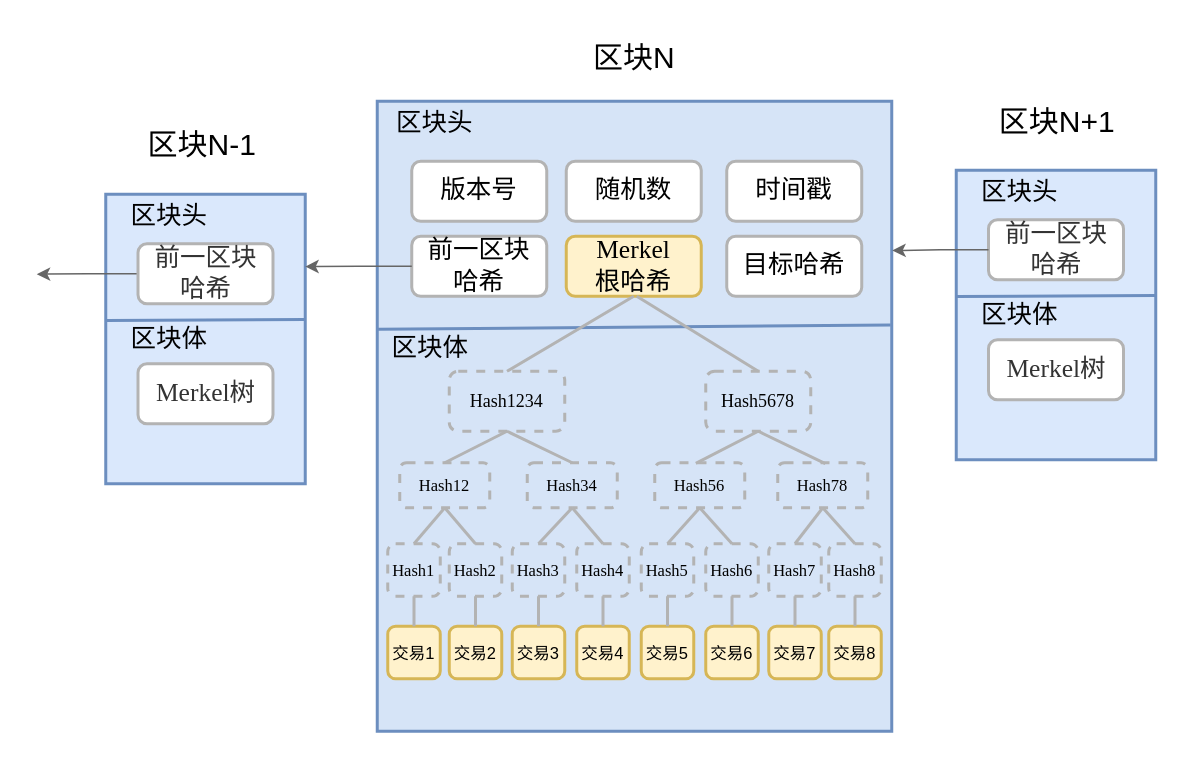
Above: 区块结构.drawio in Mr-doublehappines/httpServer (draw.io), before the change. Source tidied: cells renumbered, new cells numbered last; positions are measured from the earlier drawing's top-left corner, leaving out a move shared by most shapes. Both pictures are drawn from the tidied source at 150%, with x=0, y=0 at pixel (36, 26).
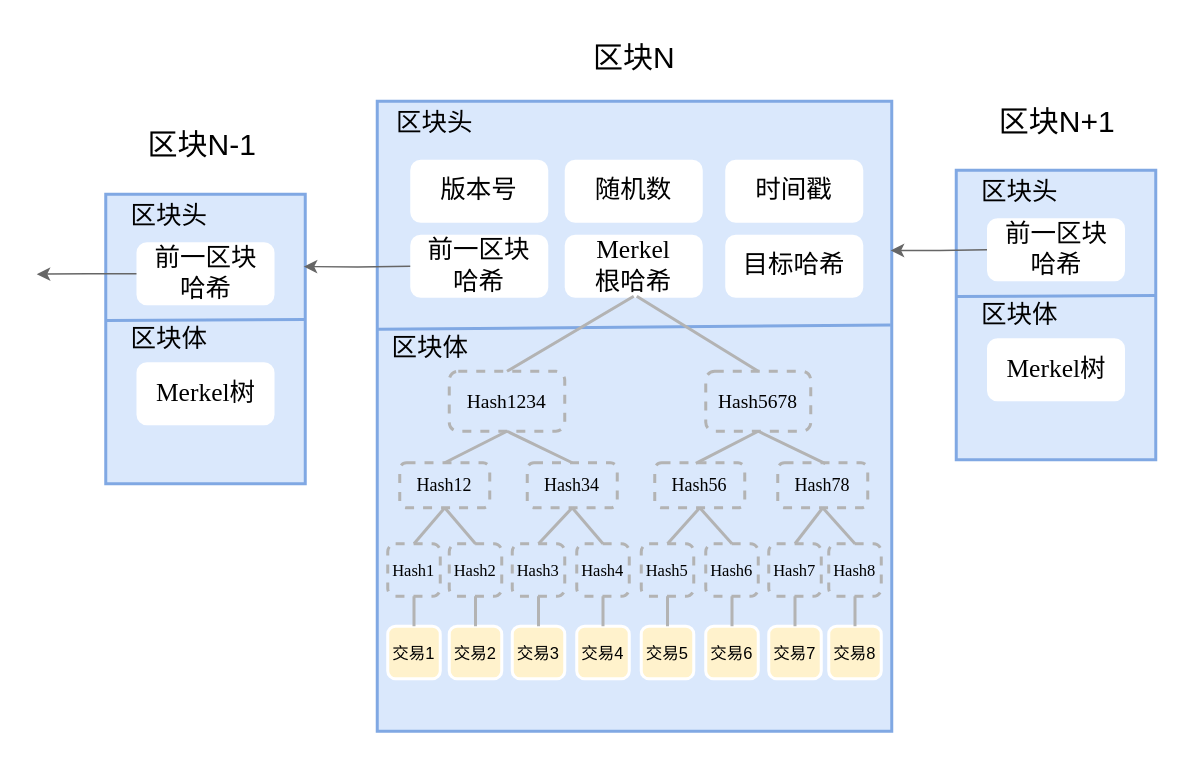
The same diagram, later.

Commit message:
更新区块结构.drawio

The change refers to these unchanged cells:
```xml
<mxCell id="11" value="&lt;font style=&quot;font-size: 17px;&quot;&gt;区块体&lt;/font&gt;" style="text;html=1;align=center;verticalAlign=middle;points=[];strokeColor=none;fillColor=none;fontFamily=宋体;fontSize=12;fontColor=default;labelBackgroundColor=none;" parent="1" vertex="1">
  <mxGeometry x="227" y="200" width="70" height="30" as="geometry" />
</mxCell>
```

The edit, as a diff of the source:
```diff
@@
-    <mxCell id="2" style="rounded=0;whiteSpace=wrap;html=1;labelBackgroundColor=none;fontSize=17;fontFamily=宋体;fillColor=#D6E4F7;strokeColor=#6c8ebf;strokeWidth=2;" parent="1" vertex="1">
+    <mxCell id="2" style="rounded=0;whiteSpace=wrap;html=1;labelBackgroundColor=none;fontSize=17;fontFamily=宋体;fillColor=#dae8fc;strokeColor=#80A8E3;strokeWidth=2;" parent="1" vertex="1">
       <mxGeometry x="227" y="50" width="343" height="420" as="geometry" />
     </mxCell>
-    <mxCell id="3" value="&lt;font style=&quot;font-size: 17px;&quot;&gt;版本号&lt;/font&gt;" style="rounded=1;whiteSpace=wrap;html=1;labelBackgroundColor=none;fontSize=17;strokeWidth=2;strokeColor=#B3B3B3;fontFamily=宋体;align=center;verticalAlign=middle;fontColor=default;fillColor=default;" parent="1" vertex="1">
+    <mxCell id="3" value="&lt;font style=&quot;font-size: 17px;&quot;&gt;版本号&lt;/font&gt;" style="rounded=1;whiteSpace=wrap;html=1;labelBackgroundColor=none;fontSize=17;strokeWidth=2;strokeColor=#FFFFFF;fontFamily=宋体;align=center;verticalAlign=middle;fontColor=default;fillColor=default;" parent="1" vertex="1">
       <mxGeometry x="250" y="90" width="90" height="40" as="geometry" />
     </mxCell>
-    <mxCell id="4" value="&lt;font style=&quot;font-size: 17px;&quot;&gt;随机数&lt;/font&gt;" style="rounded=1;whiteSpace=wrap;html=1;labelBackgroundColor=none;fontSize=17;strokeColor=#B3B3B3;fontFamily=宋体;strokeWidth=2;align=center;verticalAlign=middle;fontColor=default;fillColor=default;" parent="1" vertex="1">
+    <mxCell id="4" value="&lt;font style=&quot;font-size: 17px;&quot;&gt;随机数&lt;/font&gt;" style="rounded=1;whiteSpace=wrap;html=1;labelBackgroundColor=none;fontSize=17;strokeColor=#FFFFFF;fontFamily=宋体;strokeWidth=2;align=center;verticalAlign=middle;fontColor=default;fillColor=default;" parent="1" vertex="1">
       <mxGeometry x="353" y="90" width="90" height="40" as="geometry" />
     </mxCell>
-    <mxCell id="5" value="&lt;font style=&quot;font-size: 17px;&quot;&gt;时间戳&lt;/font&gt;" style="rounded=1;whiteSpace=wrap;html=1;labelBackgroundColor=none;fontSize=17;strokeColor=#B3B3B3;fontFamily=宋体;strokeWidth=2;" parent="1" vertex="1">
+    <mxCell id="5" value="&lt;font style=&quot;font-size: 17px;&quot;&gt;时间戳&lt;/font&gt;" style="rounded=1;whiteSpace=wrap;html=1;labelBackgroundColor=none;fontSize=17;strokeColor=#FFFFFF;fontFamily=宋体;strokeWidth=2;" parent="1" vertex="1">
       <mxGeometry x="460" y="90" width="90" height="40" as="geometry" />
     </mxCell>
-    <mxCell id="6" value="&lt;span style=&quot;font-size: 17px;&quot;&gt;前一区块&lt;/span&gt;&lt;div&gt;&lt;span style=&quot;font-size: 17px;&quot;&gt;哈希&lt;/span&gt;&lt;/div&gt;" style="rounded=1;whiteSpace=wrap;html=1;labelBackgroundColor=none;fontSize=17;fontFamily=宋体;strokeWidth=2;align=center;verticalAlign=middle;strokeColor=#B3B3B3;fontColor=default;fillColor=default;" parent="1" vertex="1">
+    <mxCell id="6" value="&lt;span style=&quot;font-size: 17px;&quot;&gt;前一区块&lt;/span&gt;&lt;div&gt;&lt;span style=&quot;font-size: 17px;&quot;&gt;哈希&lt;/span&gt;&lt;/div&gt;" style="rounded=1;whiteSpace=wrap;html=1;labelBackgroundColor=none;fontSize=17;fontFamily=宋体;strokeWidth=2;align=center;verticalAlign=middle;strokeColor=#FFFFFF;fontColor=default;fillColor=default;" parent="1" vertex="1">
       <mxGeometry x="250" y="140" width="90" height="40" as="geometry" />
     </mxCell>
-    <mxCell id="7" value="&lt;font face=&quot;Times New Roman&quot; style=&quot;font-size: 17px;&quot;&gt;Merkel&lt;/font&gt;&lt;div&gt;&lt;font style=&quot;font-size: 17px;&quot;&gt;根哈希&lt;/font&gt;&lt;/div&gt;" style="rounded=1;whiteSpace=wrap;html=1;labelBackgroundColor=none;fontSize=17;strokeColor=#d6b656;fontFamily=宋体;strokeWidth=2;align=center;verticalAlign=middle;fillColor=#fff2cc;" parent="1" vertex="1">
+    <mxCell id="7" value="&lt;font face=&quot;Times New Roman&quot; style=&quot;font-size: 17px;&quot;&gt;Merkel&lt;/font&gt;&lt;div&gt;&lt;font style=&quot;font-size: 17px;&quot;&gt;根哈希&lt;/font&gt;&lt;/div&gt;" style="rounded=1;whiteSpace=wrap;html=1;labelBackgroundColor=none;fontSize=17;strokeColor=#FFFFFF;fontFamily=宋体;strokeWidth=2;align=center;verticalAlign=middle;fillColor=default;fontColor=default;" parent="1" vertex="1">
       <mxGeometry x="353" y="140" width="90" height="40" as="geometry" />
     </mxCell>
-    <mxCell id="8" value="&lt;font style=&quot;font-size: 17px;&quot;&gt;目标哈希&lt;/font&gt;" style="rounded=1;whiteSpace=wrap;html=1;labelBackgroundColor=none;fontSize=17;strokeColor=#B3B3B3;fontFamily=宋体;strokeWidth=2;" parent="1" vertex="1">
+    <mxCell id="8" value="&lt;font style=&quot;font-size: 17px;&quot;&gt;目标哈希&lt;/font&gt;" style="rounded=1;whiteSpace=wrap;html=1;labelBackgroundColor=none;fontSize=17;strokeColor=#FFFFFF;fontFamily=宋体;strokeWidth=2;align=center;verticalAlign=middle;fontColor=default;fillColor=default;" parent="1" vertex="1">
       <mxGeometry x="460" y="140" width="90" height="40" as="geometry" />
     </mxCell>
@@
-    <mxCell id="10" style="endArrow=none;html=1;rounded=0;fontFamily=宋体;fontSize=12;fontColor=default;labelBackgroundColor=none;exitX=0.005;exitY=0.067;exitDx=0;exitDy=0;exitPerimeter=0;entryX=0.998;entryY=0.355;entryDx=0;entryDy=0;entryPerimeter=0;fillColor=#dae8fc;strokeColor=#6c8ebf;strokeWidth=2;" parent="1" edge="1" source="11" target="2">
+    <mxCell id="10" style="endArrow=none;html=1;rounded=0;fontFamily=宋体;fontSize=17;fontColor=default;labelBackgroundColor=none;exitX=0.005;exitY=0.067;exitDx=0;exitDy=0;exitPerimeter=0;entryX=0.998;entryY=0.355;entryDx=0;entryDy=0;entryPerimeter=0;fillColor=#dae8fc;strokeColor=#80A8E3;strokeWidth=2;align=center;verticalAlign=middle;" parent="1" edge="1" source="11" target="2">
       <mxGeometry relative="1" as="geometry" />
     </mxCell>
@@
-    <mxCell id="12" value="Hash1234" style="rounded=1;whiteSpace=wrap;html=1;align=center;verticalAlign=middle;fontFamily=Times New Roman;fontSize=12;fontColor=default;labelBackgroundColor=none;fillColor=none;gradientColor=none;strokeWidth=2;strokeColor=#b3b3b3;dashed=1;" parent="1" vertex="1">
+    <mxCell id="12" value="Hash1234" style="rounded=1;whiteSpace=wrap;html=1;align=center;verticalAlign=middle;fontFamily=Times New Roman;fontSize=13;fontColor=default;labelBackgroundColor=none;fillColor=none;gradientColor=none;strokeWidth=2;strokeColor=#b3b3b3;dashed=1;" parent="1" vertex="1">
       <mxGeometry x="275" y="230" width="77" height="40" as="geometry" />
     </mxCell>
-    <mxCell id="13" value="Hash5678" style="rounded=1;whiteSpace=wrap;html=1;align=center;verticalAlign=middle;fontFamily=Times New Roman;fontSize=12;fontColor=default;labelBackgroundColor=none;fillColor=none;gradientColor=none;strokeWidth=2;strokeColor=#b3b3b3;dashed=1;" parent="1" vertex="1">
+    <mxCell id="13" value="Hash5678" style="rounded=1;whiteSpace=wrap;html=1;align=center;verticalAlign=middle;fontFamily=Times New Roman;fontSize=13;fontColor=default;labelBackgroundColor=none;fillColor=none;gradientColor=none;strokeWidth=2;strokeColor=#b3b3b3;dashed=1;" parent="1" vertex="1">
       <mxGeometry x="446" y="230" width="70" height="40" as="geometry" />
     </mxCell>
@@
-    <mxCell id="16" value="Hash12" style="rounded=1;whiteSpace=wrap;html=1;align=center;verticalAlign=middle;fontFamily=Times New Roman;fontSize=11;fontColor=default;labelBackgroundColor=none;fillColor=none;gradientColor=none;dashed=1;strokeWidth=2;strokeColor=#b3b3b3;" parent="1" vertex="1">
+    <mxCell id="16" value="Hash12" style="rounded=1;whiteSpace=wrap;html=1;align=center;verticalAlign=middle;fontFamily=Times New Roman;fontSize=12;fontColor=default;labelBackgroundColor=none;fillColor=none;gradientColor=none;dashed=1;strokeWidth=2;strokeColor=#b3b3b3;" parent="1" vertex="1">
       <mxGeometry x="242" y="291" width="60" height="30" as="geometry" />
     </mxCell>
-    <mxCell id="17" value="Hash34" style="rounded=1;whiteSpace=wrap;html=1;align=center;verticalAlign=middle;fontFamily=Times New Roman;fontSize=11;fontColor=default;labelBackgroundColor=none;fillColor=none;gradientColor=none;dashed=1;strokeWidth=2;strokeColor=#b3b3b3;" parent="1" vertex="1">
+    <mxCell id="17" value="Hash34" style="rounded=1;whiteSpace=wrap;html=1;align=center;verticalAlign=middle;fontFamily=Times New Roman;fontSize=12;fontColor=default;labelBackgroundColor=none;fillColor=none;gradientColor=none;dashed=1;strokeWidth=2;strokeColor=#b3b3b3;" parent="1" vertex="1">
       <mxGeometry x="327" y="291" width="60" height="30" as="geometry" />
     </mxCell>
-    <mxCell id="18" value="Hash78" style="rounded=1;whiteSpace=wrap;html=1;align=center;verticalAlign=middle;fontFamily=Times New Roman;fontSize=11;fontColor=default;labelBackgroundColor=none;fillColor=none;gradientColor=none;dashed=1;strokeWidth=2;strokeColor=#b3b3b3;" parent="1" vertex="1">
+    <mxCell id="18" value="Hash78" style="rounded=1;whiteSpace=wrap;html=1;align=center;verticalAlign=middle;fontFamily=Times New Roman;fontSize=12;fontColor=default;labelBackgroundColor=none;fillColor=none;gradientColor=none;dashed=1;strokeWidth=2;strokeColor=#b3b3b3;" parent="1" vertex="1">
       <mxGeometry x="494" y="291" width="60" height="30" as="geometry" />
     </mxCell>
-    <mxCell id="19" value="Hash56" style="rounded=1;whiteSpace=wrap;html=1;align=center;verticalAlign=middle;fontFamily=Times New Roman;fontSize=11;fontColor=default;labelBackgroundColor=none;fillColor=none;gradientColor=none;dashed=1;strokeWidth=2;strokeColor=#b3b3b3;" parent="1" vertex="1">
+    <mxCell id="19" value="Hash56" style="rounded=1;whiteSpace=wrap;html=1;align=center;verticalAlign=middle;fontFamily=Times New Roman;fontSize=12;fontColor=default;labelBackgroundColor=none;fillColor=none;gradientColor=none;dashed=1;strokeWidth=2;strokeColor=#b3b3b3;" parent="1" vertex="1">
       <mxGeometry x="412" y="291" width="60" height="30" as="geometry" />
     </mxCell>
@@
-    <mxCell id="28" value="交易1" style="rounded=1;whiteSpace=wrap;html=1;align=center;verticalAlign=middle;fontFamily=宋体;fontSize=11;labelBackgroundColor=none;fillColor=#fff2cc;strokeWidth=2;strokeColor=#d6b656;" parent="1" vertex="1">
+    <mxCell id="28" value="交易1" style="rounded=1;whiteSpace=wrap;html=1;align=center;verticalAlign=middle;fontFamily=宋体;fontSize=11;labelBackgroundColor=none;fillColor=#fff2cc;strokeWidth=2;strokeColor=#FFFFFF;" parent="1" vertex="1">
       <mxGeometry x="234" y="400" width="35" height="35" as="geometry" />
     </mxCell>
-    <mxCell id="29" value="交易2" style="rounded=1;whiteSpace=wrap;html=1;align=center;verticalAlign=middle;fontFamily=宋体;fontSize=11;labelBackgroundColor=none;fillColor=#fff2cc;strokeWidth=2;strokeColor=#d6b656;" parent="1" vertex="1">
+    <mxCell id="29" value="交易2" style="rounded=1;whiteSpace=wrap;html=1;align=center;verticalAlign=middle;fontFamily=宋体;fontSize=11;labelBackgroundColor=none;fillColor=#fff2cc;strokeWidth=2;strokeColor=#FFFFFF;fontColor=default;" parent="1" vertex="1">
       <mxGeometry x="275" y="400" width="35" height="35" as="geometry" />
     </mxCell>
-    <mxCell id="30" value="交易3" style="rounded=1;whiteSpace=wrap;html=1;align=center;verticalAlign=middle;fontFamily=宋体;fontSize=11;labelBackgroundColor=none;fillColor=#fff2cc;strokeWidth=2;strokeColor=#d6b656;" parent="1" vertex="1">
+    <mxCell id="30" value="交易3" style="rounded=1;whiteSpace=wrap;html=1;align=center;verticalAlign=middle;fontFamily=宋体;fontSize=11;labelBackgroundColor=none;fillColor=#fff2cc;strokeWidth=2;strokeColor=#FFFFFF;fontColor=default;" parent="1" vertex="1">
       <mxGeometry x="317" y="400" width="35" height="35" as="geometry" />
     </mxCell>
-    <mxCell id="31" value="交易4" style="rounded=1;whiteSpace=wrap;html=1;align=center;verticalAlign=middle;fontFamily=宋体;fontSize=11;labelBackgroundColor=none;fillColor=#fff2cc;strokeWidth=2;strokeColor=#d6b656;" parent="1" vertex="1">
+    <mxCell id="31" value="交易4" style="rounded=1;whiteSpace=wrap;html=1;align=center;verticalAlign=middle;fontFamily=宋体;fontSize=11;labelBackgroundColor=none;fillColor=#fff2cc;strokeWidth=2;strokeColor=#FFFFFF;fontColor=default;" parent="1" vertex="1">
       <mxGeometry x="360" y="400" width="35" height="35" as="geometry" />
     </mxCell>
-    <mxCell id="32" value="交易5" style="rounded=1;whiteSpace=wrap;html=1;align=center;verticalAlign=middle;fontFamily=宋体;fontSize=11;labelBackgroundColor=none;fillColor=#fff2cc;strokeWidth=2;strokeColor=#d6b656;" parent="1" vertex="1">
+    <mxCell id="32" value="交易5" style="rounded=1;whiteSpace=wrap;html=1;align=center;verticalAlign=middle;fontFamily=宋体;fontSize=11;labelBackgroundColor=none;fillColor=#fff2cc;strokeWidth=2;strokeColor=#FFFFFF;fontColor=default;" parent="1" vertex="1">
       <mxGeometry x="403" y="400" width="35" height="35" as="geometry" />
     </mxCell>
-    <mxCell id="33" value="交易6" style="rounded=1;whiteSpace=wrap;html=1;align=center;verticalAlign=middle;fontFamily=宋体;fontSize=11;labelBackgroundColor=none;fillColor=#fff2cc;strokeWidth=2;strokeColor=#d6b656;" parent="1" vertex="1">
+    <mxCell id="33" value="交易6" style="rounded=1;whiteSpace=wrap;html=1;align=center;verticalAlign=middle;fontFamily=宋体;fontSize=11;labelBackgroundColor=none;fillColor=#fff2cc;strokeWidth=2;strokeColor=#FFFFFF;fontColor=default;" parent="1" vertex="1">
       <mxGeometry x="446" y="400" width="35" height="35" as="geometry" />
     </mxCell>
-    <mxCell id="34" value="交易7" style="rounded=1;whiteSpace=wrap;html=1;align=center;verticalAlign=middle;fontFamily=宋体;fontSize=11;labelBackgroundColor=none;fillColor=#fff2cc;strokeWidth=2;strokeColor=#d6b656;" parent="1" vertex="1">
+    <mxCell id="34" value="交易7" style="rounded=1;whiteSpace=wrap;html=1;align=center;verticalAlign=middle;fontFamily=宋体;fontSize=11;labelBackgroundColor=none;fillColor=#fff2cc;strokeWidth=2;strokeColor=#FFFFFF;fontColor=default;" parent="1" vertex="1">
       <mxGeometry x="488" y="400" width="35" height="35" as="geometry" />
     </mxCell>
-    <mxCell id="35" value="交易8" style="rounded=1;whiteSpace=wrap;html=1;align=center;verticalAlign=middle;fontFamily=宋体;fontSize=11;labelBackgroundColor=none;fillColor=#fff2cc;strokeWidth=2;strokeColor=#d6b656;" parent="1" vertex="1">
+    <mxCell id="35" value="交易8" style="rounded=1;whiteSpace=wrap;html=1;align=center;verticalAlign=middle;fontFamily=宋体;fontSize=11;labelBackgroundColor=none;fillColor=#fff2cc;strokeWidth=2;strokeColor=#FFFFFF;fontColor=default;" parent="1" vertex="1">
       <mxGeometry x="528" y="400" width="35" height="35" as="geometry" />
     </mxCell>
@@
-    <mxCell id="54" style="rounded=0;whiteSpace=wrap;html=1;align=center;verticalAlign=middle;fontFamily=宋体;fontSize=17;labelBackgroundColor=none;fillColor=#dae8fc;strokeColor=#6c8ebf;strokeWidth=2;" parent="1" vertex="1">
+    <mxCell id="54" style="rounded=0;whiteSpace=wrap;html=1;align=center;verticalAlign=middle;fontFamily=宋体;fontSize=17;labelBackgroundColor=none;fillColor=#dae8fc;strokeColor=#80A8E3;strokeWidth=2;fontColor=default;" parent="1" vertex="1">
       <mxGeometry x="613" y="96" width="133" height="193" as="geometry" />
     </mxCell>
@@
-    <mxCell id="56" value="&lt;span style=&quot;font-size: 17px;&quot;&gt;前一区块&lt;/span&gt;&lt;div style=&quot;font-size: 17px;&quot;&gt;&lt;span style=&quot;font-size: 17px;&quot;&gt;哈希&lt;/span&gt;&lt;/div&gt;" style="rounded=1;whiteSpace=wrap;html=1;labelBackgroundColor=none;fontSize=17;strokeColor=#B3B3B3;fontFamily=宋体;strokeWidth=2;fillColor=#FFFFFF;align=center;verticalAlign=middle;fontColor=#333333;" parent="1" vertex="1">
+    <mxCell id="56" value="&lt;span style=&quot;font-size: 17px;&quot;&gt;前一区块&lt;/span&gt;&lt;div style=&quot;font-size: 17px;&quot;&gt;&lt;span style=&quot;font-size: 17px;&quot;&gt;哈希&lt;/span&gt;&lt;/div&gt;" style="rounded=1;whiteSpace=wrap;html=1;labelBackgroundColor=none;fontSize=17;strokeColor=#FFFFFF;fontFamily=宋体;strokeWidth=2;fillColor=default;align=center;verticalAlign=middle;fontColor=default;" parent="1" vertex="1">
       <mxGeometry x="634.5" y="129" width="90" height="40" as="geometry" />
     </mxCell>
-    <mxCell id="57" style="endArrow=none;html=1;rounded=0;fontFamily=宋体;fontSize=17;fontColor=#333333;labelBackgroundColor=none;exitX=0;exitY=0.436;exitDx=0;exitDy=0;exitPerimeter=0;entryX=0.998;entryY=0.433;entryDx=0;entryDy=0;entryPerimeter=0;fillColor=#dae8fc;strokeColor=#6c8ebf;strokeWidth=2;align=center;verticalAlign=middle;" parent="1" edge="1" source="54" target="54">
+    <mxCell id="57" style="endArrow=none;html=1;rounded=0;fontFamily=宋体;fontSize=17;fontColor=default;labelBackgroundColor=none;exitX=0;exitY=0.436;exitDx=0;exitDy=0;exitPerimeter=0;entryX=0.998;entryY=0.433;entryDx=0;entryDy=0;entryPerimeter=0;fillColor=#dae8fc;strokeColor=#80A8E3;strokeWidth=2;align=center;verticalAlign=middle;" parent="1" edge="1" source="54" target="54">
       <mxGeometry relative="1" as="geometry" />
     </mxCell>
@@
-    <mxCell id="59" value="&lt;font style=&quot;font-size: 17px;&quot;&gt;&lt;font face=&quot;Times New Roman&quot;&gt;Merkel&lt;/font&gt;树&lt;/font&gt;" style="rounded=1;whiteSpace=wrap;html=1;labelBackgroundColor=none;fontSize=17;strokeColor=#B3B3B3;fontFamily=宋体;strokeWidth=2;fillColor=#FFFFFF;fontColor=#333333;align=center;verticalAlign=middle;" parent="1" vertex="1">
+    <mxCell id="59" value="&lt;font style=&quot;font-size: 17px;&quot;&gt;&lt;font face=&quot;Times New Roman&quot;&gt;Merkel&lt;/font&gt;树&lt;/font&gt;" style="rounded=1;whiteSpace=wrap;html=1;labelBackgroundColor=none;fontSize=17;strokeColor=#FFFFFF;fontFamily=宋体;strokeWidth=2;fillColor=default;fontColor=default;align=center;verticalAlign=middle;" parent="1" vertex="1">
       <mxGeometry x="634.5" y="209" width="90" height="40" as="geometry" />
     </mxCell>
-    <mxCell id="60" style="edgeStyle=orthogonalEdgeStyle;rounded=0;jettySize=auto;html=1;exitX=0;exitY=0.5;exitDx=0;exitDy=0;fontFamily=宋体;fontSize=12;fontColor=default;labelBackgroundColor=none;entryX=1.001;entryY=0.237;entryDx=0;entryDy=0;entryPerimeter=0;strokeColor=#666666;" parent="1" edge="1" source="56" target="2">
-      <mxGeometry relative="1" as="geometry" />
+    <mxCell id="60" style="edgeStyle=orthogonalEdgeStyle;rounded=0;orthogonalLoop=1;jettySize=auto;html=1;exitX=0;exitY=0.5;exitDx=0;exitDy=0;fontFamily=宋体;fontSize=12;fontColor=default;labelBackgroundColor=none;entryX=1.001;entryY=0.237;entryDx=0;entryDy=0;entryPerimeter=0;strokeColor=#666666;" parent="1" edge="1">
+      <mxGeometry relative="1" as="geometry">
+        <mxPoint x="633.5" y="149" as="sourcePoint" />
+        <mxPoint x="569.3" y="149.5" as="targetPoint" />
+      </mxGeometry>
     </mxCell>
-    <mxCell id="61" style="rounded=0;whiteSpace=wrap;html=1;align=center;verticalAlign=middle;fontFamily=宋体;fontSize=17;labelBackgroundColor=none;fillColor=#dae8fc;strokeColor=#6c8ebf;strokeWidth=2;" parent="1" vertex="1">
+    <mxCell id="61" style="rounded=0;whiteSpace=wrap;html=1;align=center;verticalAlign=middle;fontFamily=宋体;fontSize=17;labelBackgroundColor=none;fillColor=#dae8fc;strokeColor=#80A8E3;strokeWidth=2;fontColor=default;" parent="1" vertex="1">
       <mxGeometry x="46" y="112" width="133" height="193" as="geometry" />
     </mxCell>
@@
-    <mxCell id="64" value="&lt;span style=&quot;font-size: 17px;&quot;&gt;前一区块&lt;/span&gt;&lt;div style=&quot;font-size: 17px;&quot;&gt;&lt;span style=&quot;font-size: 17px;&quot;&gt;哈希&lt;/span&gt;&lt;/div&gt;" style="rounded=1;whiteSpace=wrap;html=1;labelBackgroundColor=none;fontSize=17;strokeColor=#B3B3B3;fontFamily=宋体;fillColor=#FFFFFF;fontColor=#333333;strokeWidth=2;align=center;verticalAlign=middle;" parent="1" vertex="1">
+    <mxCell id="64" value="&lt;span style=&quot;font-size: 17px;&quot;&gt;前一区块&lt;/span&gt;&lt;div style=&quot;font-size: 17px;&quot;&gt;&lt;span style=&quot;font-size: 17px;&quot;&gt;哈希&lt;/span&gt;&lt;/div&gt;" style="rounded=1;whiteSpace=wrap;html=1;labelBackgroundColor=none;fontSize=17;strokeColor=#FFFFFF;fontFamily=宋体;fillColor=default;fontColor=default;strokeWidth=2;align=center;verticalAlign=middle;" parent="1" vertex="1">
       <mxGeometry x="67.5" y="145" width="90" height="40" as="geometry" />
     </mxCell>
-    <mxCell id="65" style="endArrow=none;html=1;rounded=0;fontFamily=宋体;fontSize=17;fontColor=#333333;labelBackgroundColor=none;exitX=0;exitY=0.436;exitDx=0;exitDy=0;exitPerimeter=0;entryX=0.998;entryY=0.433;entryDx=0;entryDy=0;entryPerimeter=0;fillColor=#dae8fc;strokeColor=#6c8ebf;strokeWidth=2;align=center;verticalAlign=middle;" parent="1" edge="1" source="61" target="61">
+    <mxCell id="65" style="endArrow=none;html=1;rounded=0;fontFamily=宋体;fontSize=17;fontColor=default;labelBackgroundColor=none;exitX=0;exitY=0.436;exitDx=0;exitDy=0;exitPerimeter=0;entryX=0.998;entryY=0.433;entryDx=0;entryDy=0;entryPerimeter=0;fillColor=#dae8fc;strokeColor=#80A8E3;strokeWidth=2;align=center;verticalAlign=middle;" parent="1" edge="1" source="61" target="61">
       <mxGeometry relative="1" as="geometry" />
     </mxCell>
@@
-    <mxCell id="67" value="&lt;font style=&quot;font-size: 17px;&quot;&gt;&lt;font face=&quot;Times New Roman&quot;&gt;Merkel&lt;/font&gt;树&lt;/font&gt;" style="rounded=1;whiteSpace=wrap;html=1;labelBackgroundColor=none;fontSize=17;strokeColor=#B3B3B3;fontFamily=宋体;fillColor=#FFFFFF;fontColor=#333333;strokeWidth=2;align=center;verticalAlign=middle;" parent="1" vertex="1">
+    <mxCell id="67" value="&lt;font style=&quot;font-size: 17px;&quot;&gt;&lt;font face=&quot;Times New Roman&quot;&gt;Merkel&lt;/font&gt;树&lt;/font&gt;" style="rounded=1;whiteSpace=wrap;html=1;labelBackgroundColor=none;fontSize=17;strokeColor=#FFFFFF;fontFamily=宋体;fillColor=default;fontColor=default;strokeWidth=2;align=center;verticalAlign=middle;" parent="1" vertex="1">
       <mxGeometry x="67.5" y="225" width="90" height="40" as="geometry" />
     </mxCell>
-    <mxCell id="68" style="edgeStyle=orthogonalEdgeStyle;rounded=0;jettySize=auto;html=1;exitX=0;exitY=0.5;exitDx=0;exitDy=0;entryX=1;entryY=0.25;entryDx=0;entryDy=0;fontFamily=宋体;fontSize=12;fontColor=default;labelBackgroundColor=none;strokeColor=#666666;" parent="1" edge="1" source="6" target="61">
-      <mxGeometry relative="1" as="geometry" />
+    <mxCell id="68" style="edgeStyle=orthogonalEdgeStyle;rounded=0;orthogonalLoop=1;jettySize=auto;html=1;exitX=0;exitY=0.5;exitDx=0;exitDy=0;entryX=1;entryY=0.25;entryDx=0;entryDy=0;fontFamily=宋体;fontSize=12;fontColor=default;labelBackgroundColor=none;strokeColor=#666666;" parent="1" edge="1">
+      <mxGeometry relative="1" as="geometry">
+        <mxPoint x="249" y="160" as="sourcePoint" />
+        <mxPoint x="178" y="160.2" as="targetPoint" />
+      </mxGeometry>
     </mxCell>
```
